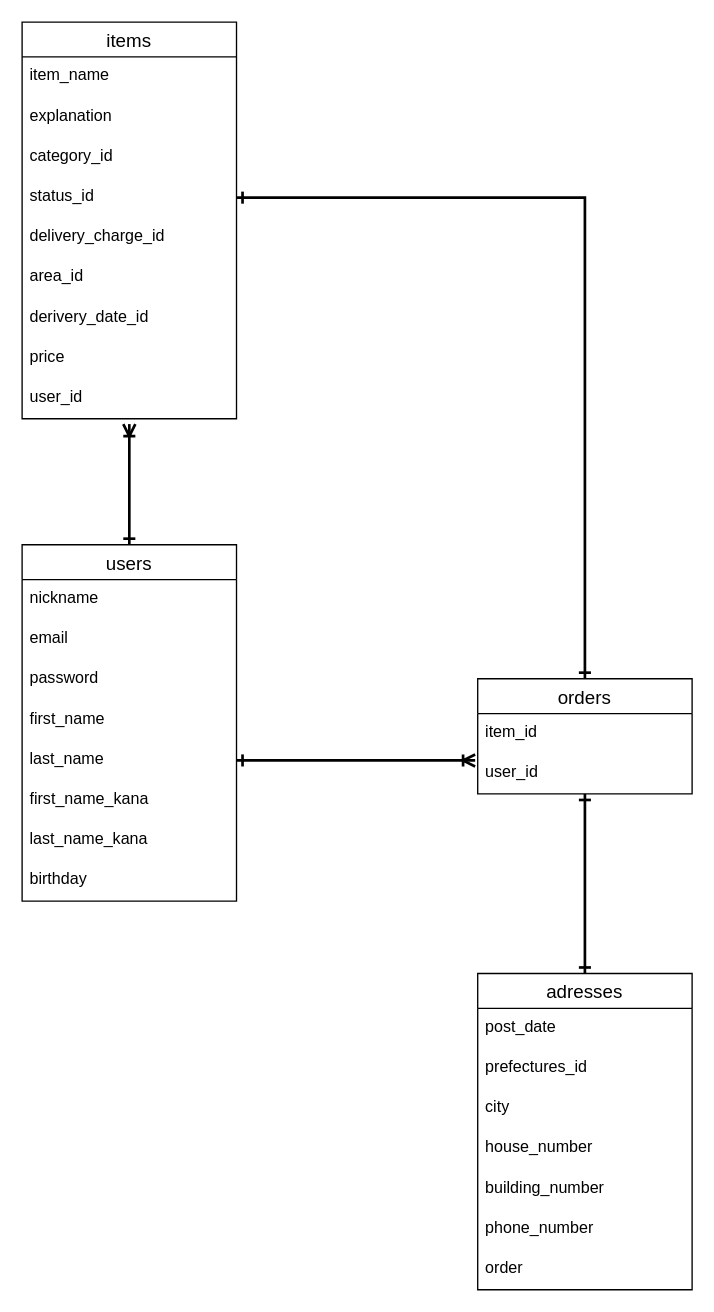
Earlier version of the draw.io diagram furima.dio (yuuuuyas/furima-36680). Source tidied: cells renumbered, new cells numbered last; positions are measured from the earlier drawing's top-left corner, leaving out a move shared by most shapes. Both pictures are drawn from the tidied source at 134%, with x=0, y=0 at pixel (21, 21).
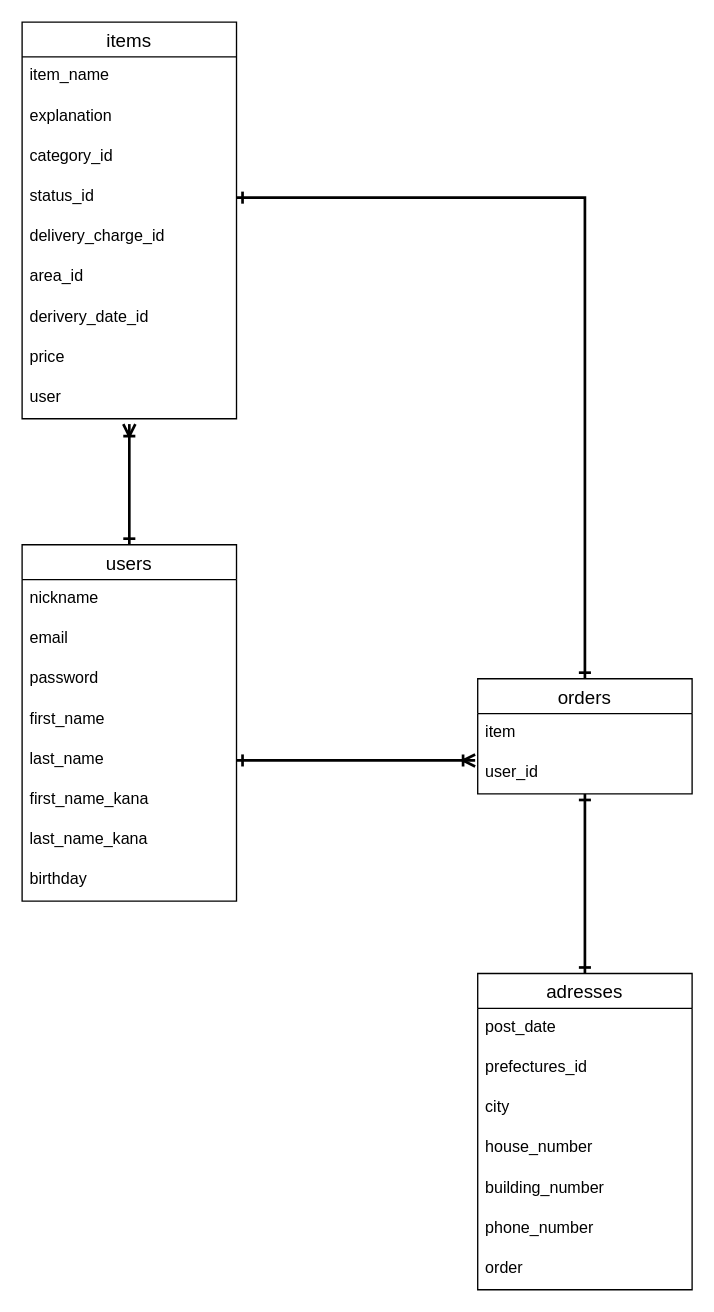
The same diagram, later.

Commit message (it also covers changes not shown here):
README・ER図の修正3

The change refers to these unchanged cells:
```xml
<mxCell id="12" value="items" style="swimlane;fontStyle=0;horizontal=1;startSize=26;align=center;fontSize=14;" parent="1" vertex="1">
  <mxGeometry width="160" height="296" as="geometry" />
</mxCell>
<mxCell id="23" value="orders" style="swimlane;fontStyle=0;horizontal=1;startSize=26;align=center;fontSize=14;" parent="1" vertex="1">
  <mxGeometry x="340" y="490" width="160" height="86" as="geometry" />
</mxCell>
```

What changed in the source:
```diff
@@
-    <mxCell id="21" value="user_id" style="text;strokeColor=none;fillColor=none;spacingLeft=4;spacingRight=4;overflow=hidden;fontSize=12;" parent="12" vertex="1">
+    <mxCell id="21" value="user" style="text;strokeColor=none;fillColor=none;spacingLeft=4;spacingRight=4;overflow=hidden;fontSize=12;" parent="12" vertex="1">
       <mxGeometry y="266" width="160" height="30" as="geometry" />
     </mxCell>
@@
-    <mxCell id="24" value="item_id" style="text;strokeColor=none;fillColor=none;spacingLeft=4;spacingRight=4;overflow=hidden;fontSize=12;" parent="23" vertex="1">
+    <mxCell id="24" value="item" style="text;strokeColor=none;fillColor=none;spacingLeft=4;spacingRight=4;overflow=hidden;fontSize=12;" parent="23" vertex="1">
       <mxGeometry y="26" width="160" height="30" as="geometry" />
     </mxCell>
```
